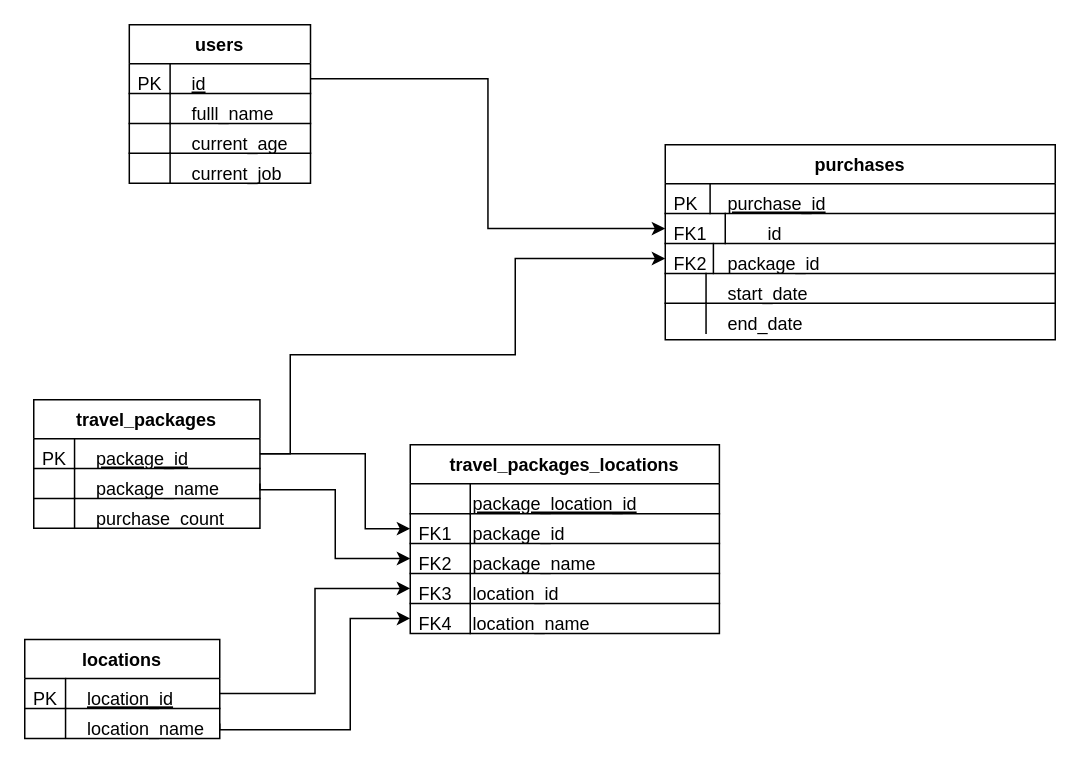
This is diagrams/Diagrama Entidade-Relacionamento detalhado.drawio from tryber/sd-02-block23-project-queries-unite, a draw.io file, before an edit. Source tidied: cells renumbered, new cells numbered last; positions are measured from the earlier drawing's top-left corner, leaving out a move shared by most shapes. Both pictures are drawn from the tidied source at 150%, with x=0, y=0 at pixel (24, 24).
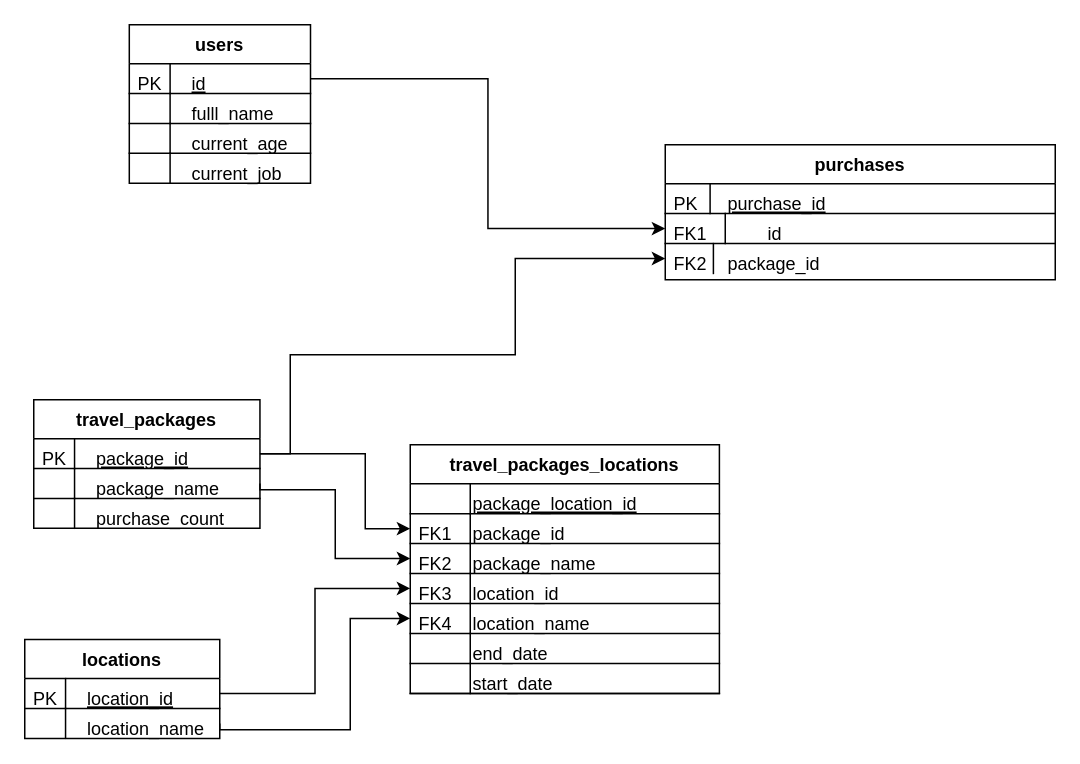
Above is the later version.

Commit message (it also covers changes not shown here):
Desafio 3 + added new blank line at the end of other challenges + diagrams corrected

The change refers to these unchanged cells:
```xml
<mxCell id="2" style="group;" parent="1" vertex="1">
  <mxGeometry x="47" width="416.1" height="405.7" as="geometry" />
</mxCell>
```

Diff of the diagram source:
```diff
@@
     <mxCell id="12" value="travel_packages_locations" style="swimlane;fontStyle=1;horizontal=1;startSize=26;rounded=0;shadow=0;strokeWidth=1;" parent="2" vertex="1">
-      <mxGeometry x="210" y="280" width="206.1" height="125.8" as="geometry" />
+      <mxGeometry x="210" y="280" width="206.1" height="165.8" as="geometry" />
     </mxCell>
@@
-    <mxCell id="21" value="location_name" style="shape=partialRectangle;top=0;left=0;right=0;bottom=0;align=left;verticalAlign=top;fillColor=none;spacingLeft=40;spacingRight=4;overflow=hidden;points=[[0,0.5],[1,0.5]];portConstraint=eastwest;rounded=0;shadow=0;strokeWidth=1;" parent="12" vertex="1">
+    <mxCell id="21" value="location_name" style="shape=partialRectangle;top=0;left=0;right=0;bottom=1;align=left;verticalAlign=top;fillColor=none;spacingLeft=40;spacingRight=4;overflow=hidden;points=[[0,0.5],[1,0.5]];portConstraint=eastwest;rounded=0;shadow=0;strokeWidth=1;" parent="12" vertex="1">
       <mxGeometry y="105.8" width="206.1" height="20" as="geometry" />
     </mxCell>
@@
+    <mxCell id="42" value="end_date" style="shape=partialRectangle;top=0;left=0;right=0;bottom=1;align=left;verticalAlign=top;fillColor=none;spacingLeft=40;spacingRight=4;overflow=hidden;rounded=0;shadow=0;strokeWidth=1;" parent="12" vertex="1">
+      <mxGeometry y="125.8" width="206.1" height="20" as="geometry" />
+    </mxCell>
+    <mxCell id="54" style="shape=partialRectangle;top=0;left=0;bottom=0;fillColor=none;align=left;verticalAlign=top;spacingLeft=4;spacingRight=4;overflow=hidden;" parent="42" vertex="1">
+      <mxGeometry width="40" height="20" as="geometry" />
+    </mxCell>
+    <mxCell id="40" value="start_date" style="shape=partialRectangle;top=0;left=0;right=0;bottom=1;align=left;verticalAlign=top;fillColor=none;spacingLeft=40;spacingRight=4;overflow=hidden;rounded=0;shadow=0;strokeWidth=1;" parent="12" vertex="1">
+      <mxGeometry y="145.8" width="206.1" height="20" as="geometry" />
+    </mxCell>
+    <mxCell id="55" style="shape=partialRectangle;top=0;left=0;bottom=0;fillColor=none;align=left;verticalAlign=top;spacingLeft=4;spacingRight=4;overflow=hidden;" parent="40" vertex="1">
+      <mxGeometry width="40" height="20" as="geometry" />
+    </mxCell>
@@
     <mxCell id="33" value="purchases" style="swimlane;fontStyle=1;horizontal=1;startSize=26;rounded=0;shadow=0;strokeWidth=1;" parent="1" vertex="1">
-      <mxGeometry x="427" y="80" width="260" height="130" as="geometry" />
+      <mxGeometry x="427" y="80" width="260" height="90" as="geometry" />
     </mxCell>
@@
-    <mxCell id="38" value="package_id" style="shape=partialRectangle;top=0;left=0;right=0;bottom=1;align=left;verticalAlign=top;fillColor=none;spacingLeft=40;spacingRight=4;overflow=hidden;points=[[0,0.5],[1,0.5]];portConstraint=eastwest;rounded=0;shadow=0;strokeWidth=1;" parent="33" vertex="1">
+    <mxCell id="38" value="package_id" style="shape=partialRectangle;top=0;left=0;right=0;bottom=0;align=left;verticalAlign=top;fillColor=none;spacingLeft=40;spacingRight=4;overflow=hidden;points=[[0,0.5],[1,0.5]];portConstraint=eastwest;rounded=0;shadow=0;strokeWidth=1;" parent="33" vertex="1">
       <mxGeometry y="65.9" width="260" height="19.9" as="geometry" />
     </mxCell>
@@
-    <mxCell id="40" value="start_date" style="shape=partialRectangle;top=0;left=0;right=0;bottom=1;align=left;verticalAlign=top;fillColor=none;spacingLeft=40;spacingRight=4;overflow=hidden;rounded=0;shadow=0;strokeWidth=1;" parent="33" vertex="1">
-      <mxGeometry y="85.8" width="260" height="19.9" as="geometry" />
-    </mxCell>
-    <mxCell id="41" style="shape=partialRectangle;top=0;left=0;bottom=0;fillColor=none;align=left;verticalAlign=top;spacingLeft=4;spacingRight=4;overflow=hidden;" parent="40" vertex="1">
-      <mxGeometry width="27.2" height="19.9" as="geometry" />
-    </mxCell>
-    <mxCell id="42" value="end_date" style="shape=partialRectangle;top=0;left=0;right=0;bottom=0;align=left;verticalAlign=top;fillColor=none;spacingLeft=40;spacingRight=4;overflow=hidden;rounded=0;shadow=0;strokeWidth=1;" parent="33" vertex="1">
-      <mxGeometry y="105.7" width="260" height="19.9" as="geometry" />
-    </mxCell>
-    <mxCell id="43" style="shape=partialRectangle;top=0;left=0;bottom=0;fillColor=none;align=left;verticalAlign=top;spacingLeft=4;spacingRight=4;overflow=hidden;" parent="42" vertex="1">
-      <mxGeometry width="27.2" height="19.9" as="geometry" />
-    </mxCell>
```
